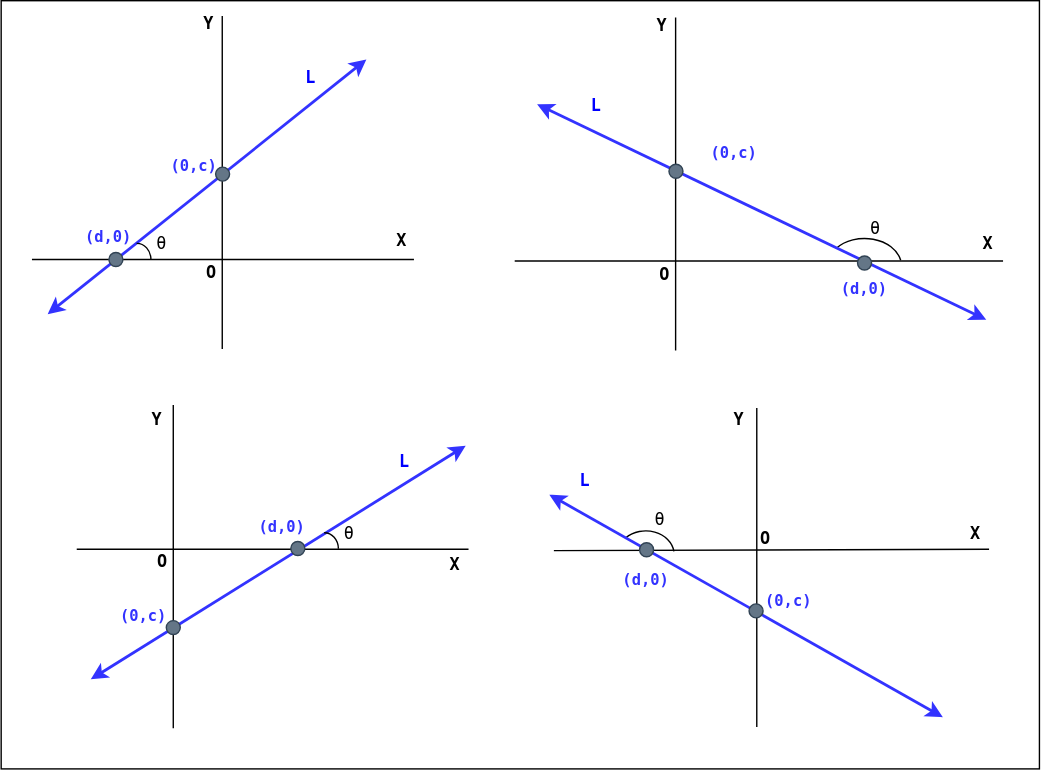
Before: public/diagrams/line-intercepts.svg, a diagram exported from draw.io (datkumar/code-journal). Source tidied: cells renumbered, new cells last; positions are measured from the earlier drawing's top-left corner, leaving out a move shared by most shapes. Source of this version:
```xml
<mxGraphModel>
  <root>
    <mxCell id="0" />
    <mxCell id="1" parent="0" />
    <mxCell id="2" style="rounded=0;whiteSpace=wrap;html=1;fillStyle=solid;fillColor=light-dark(#FFFFFF,#FFFFFF);" parent="1" vertex="1">
      <mxGeometry width="742" height="549" as="geometry" />
    </mxCell>
    <mxCell id="3" style="endArrow=none;html=1;strokeWidth=1;rounded=0;strokeColor=light-dark(#000000,#000000);fontFamily=monospace;fontColor=#000000;" parent="1" edge="1">
      <mxGeometry relative="1" as="geometry">
        <mxPoint x="158" y="249" as="sourcePoint" />
        <mxPoint x="158" y="11" as="targetPoint" />
      </mxGeometry>
    </mxCell>
    <mxCell id="4" style="endArrow=none;html=1;strokeWidth=1;rounded=0;strokeColor=light-dark(#000000,#000000);fontFamily=monospace;fontColor=#000000;" parent="1" edge="1">
      <mxGeometry relative="1" as="geometry">
        <mxPoint x="22" y="185" as="sourcePoint" />
        <mxPoint x="295" y="185" as="targetPoint" />
      </mxGeometry>
    </mxCell>
    <mxCell id="5" value="(0,c)" style="text;html=1;align=center;verticalAlign=middle;whiteSpace=wrap;rounded=0;fontFamily=monospace;fontColor=#3333FF;fontStyle=1;fontSize=11;" parent="1" vertex="1">
      <mxGeometry x="116.5" y="107.8" width="41.8" height="21.1" as="geometry" />
    </mxCell>
    <mxCell id="6" style="endArrow=classic;startArrow=classic;html=1;rounded=0;strokeColor=#3333FF;fontFamily=monospace;fontColor=#000000;strokeWidth=2;" parent="1" edge="1">
      <mxGeometry relative="1" as="geometry">
        <mxPoint x="33.2" y="224" as="sourcePoint" />
        <mxPoint x="261" y="42" as="targetPoint" />
      </mxGeometry>
    </mxCell>
    <mxCell id="7" style="ellipse;whiteSpace=wrap;html=1;fillColor=#647687;strokeColor=#314354;fontColor=#000000;fontFamily=monospace;" parent="1" vertex="1">
      <mxGeometry x="153.2" y="118.9" width="10" height="10" as="geometry" />
    </mxCell>
    <mxCell id="8" style="verticalLabelPosition=bottom;verticalAlign=top;html=1;shape=mxgraph.basic.arc;startAngle=0.9968173254495136;endAngle=0.248191498943807;fontColor=#000000;fillColor=light-dark(#000000,#000000);strokeColor=light-dark(#000000,#000000);" parent="1" vertex="1">
      <mxGeometry x="87" y="173.4" width="20" height="23" as="geometry" />
    </mxCell>
    <mxCell id="9" value="θ" style="text;html=1;align=center;verticalAlign=middle;whiteSpace=wrap;rounded=0;fontFamily=monospace;fontColor=#000000;" parent="1" vertex="1">
      <mxGeometry x="110" y="168.9" width="10" height="11" as="geometry" />
    </mxCell>
    <mxCell id="10" style="verticalLabelPosition=bottom;verticalAlign=top;html=1;shape=mxgraph.basic.arc;startAngle=0.8601884475509457;endAngle=0.2148540097206723;fontColor=#000000;fillColor=light-dark(#000000,#000000);strokeColor=light-dark(#000000,#000000);" parent="1" vertex="1">
      <mxGeometry x="590.5" y="169.9" width="53" height="39.9" as="geometry" />
    </mxCell>
    <mxCell id="11" value="θ" style="text;html=1;align=center;verticalAlign=middle;whiteSpace=wrap;rounded=0;fontFamily=monospace;fontColor=#000000;" parent="1" vertex="1">
      <mxGeometry x="619.5" y="157.9" width="10" height="11" as="geometry" />
    </mxCell>
    <mxCell id="12" style="ellipse;whiteSpace=wrap;html=1;fillColor=#647687;strokeColor=#314354;fontColor=#000000;fontFamily=monospace;" parent="1" vertex="1">
      <mxGeometry x="77" y="179.9" width="10" height="10" as="geometry" />
    </mxCell>
    <mxCell id="13" value="Y" style="text;html=1;align=center;verticalAlign=middle;whiteSpace=wrap;rounded=0;fontFamily=monospace;fontStyle=1;fontColor=#000000;" parent="1" vertex="1">
      <mxGeometry x="139.2" y="7" width="19" height="20" as="geometry" />
    </mxCell>
    <mxCell id="14" value="X" style="text;html=1;align=center;verticalAlign=middle;whiteSpace=wrap;rounded=0;fontFamily=monospace;fontStyle=1;fontColor=#000000;" parent="1" vertex="1">
      <mxGeometry x="277" y="161.9" width="19" height="20" as="geometry" />
    </mxCell>
    <mxCell id="15" value="(d,0)" style="text;html=1;align=center;verticalAlign=middle;whiteSpace=wrap;rounded=0;fontFamily=monospace;fontColor=#3333FF;fontStyle=1;fontSize=11;" parent="1" vertex="1">
      <mxGeometry x="56" y="158.8" width="41.8" height="21.1" as="geometry" />
    </mxCell>
    <mxCell id="16" style="endArrow=none;html=1;strokeWidth=1;rounded=0;strokeColor=light-dark(#000000,#000000);fontFamily=monospace;fontColor=#000000;" parent="1" edge="1">
      <mxGeometry relative="1" as="geometry">
        <mxPoint x="123" y="520" as="sourcePoint" />
        <mxPoint x="123" y="289" as="targetPoint" />
      </mxGeometry>
    </mxCell>
    <mxCell id="17" style="endArrow=none;html=1;strokeWidth=1;rounded=0;strokeColor=light-dark(#000000,#000000);fontFamily=monospace;fontColor=#000000;" parent="1" edge="1">
      <mxGeometry relative="1" as="geometry">
        <mxPoint x="54" y="392" as="sourcePoint" />
        <mxPoint x="334" y="392" as="targetPoint" />
      </mxGeometry>
    </mxCell>
    <mxCell id="18" value="(0,c)" style="text;html=1;align=center;verticalAlign=middle;whiteSpace=wrap;rounded=0;fontFamily=monospace;fontColor=#3333FF;fontStyle=1;fontSize=11;" parent="1" vertex="1">
      <mxGeometry x="81" y="429" width="41.8" height="21.1" as="geometry" />
    </mxCell>
    <mxCell id="19" style="endArrow=classic;startArrow=classic;html=1;rounded=0;strokeColor=#3333FF;fontFamily=monospace;fontColor=#000000;strokeWidth=2;" parent="1" edge="1">
      <mxGeometry relative="1" as="geometry">
        <mxPoint x="64" y="485" as="sourcePoint" />
        <mxPoint x="332" y="318" as="targetPoint" />
      </mxGeometry>
    </mxCell>
    <mxCell id="20" style="ellipse;whiteSpace=wrap;html=1;fillColor=#647687;strokeColor=#314354;fontColor=#000000;fontFamily=monospace;" parent="1" vertex="1">
      <mxGeometry x="118" y="443" width="10" height="10" as="geometry" />
    </mxCell>
    <mxCell id="21" style="verticalLabelPosition=bottom;verticalAlign=top;html=1;shape=mxgraph.basic.arc;startAngle=0.9968173254495136;endAngle=0.248191498943807;fontColor=#000000;fillColor=light-dark(#000000,#000000);strokeColor=light-dark(#000000,#000000);" parent="1" vertex="1">
      <mxGeometry x="221" y="380.2" width="20" height="23" as="geometry" />
    </mxCell>
    <mxCell id="22" value="θ" style="text;html=1;align=center;verticalAlign=middle;whiteSpace=wrap;rounded=0;fontFamily=monospace;fontColor=#000000;" parent="1" vertex="1">
      <mxGeometry x="244" y="375.8" width="10" height="11" as="geometry" />
    </mxCell>
    <mxCell id="23" style="ellipse;whiteSpace=wrap;html=1;fillColor=#647687;strokeColor=#314354;fontColor=#000000;fontFamily=monospace;" parent="1" vertex="1">
      <mxGeometry x="207" y="386.5" width="10" height="10" as="geometry" />
    </mxCell>
    <mxCell id="24" value="Y" style="text;html=1;align=center;verticalAlign=middle;whiteSpace=wrap;rounded=0;fontFamily=monospace;fontStyle=1;fontColor=#000000;" parent="1" vertex="1">
      <mxGeometry x="102" y="290" width="19" height="20" as="geometry" />
    </mxCell>
    <mxCell id="25" value="X" style="text;html=1;align=center;verticalAlign=middle;whiteSpace=wrap;rounded=0;fontFamily=monospace;fontStyle=1;fontColor=#000000;" parent="1" vertex="1">
      <mxGeometry x="315.2" y="393" width="19" height="20" as="geometry" />
    </mxCell>
    <mxCell id="26" value="(d,0)" style="text;html=1;align=center;verticalAlign=middle;whiteSpace=wrap;rounded=0;fontFamily=monospace;fontColor=#3333FF;fontStyle=1;fontSize=11;" parent="1" vertex="1">
      <mxGeometry x="180.2" y="365.7" width="41.8" height="21.1" as="geometry" />
    </mxCell>
    <mxCell id="27" style="endArrow=none;html=1;strokeWidth=1;rounded=0;strokeColor=light-dark(#000000,#000000);fontFamily=monospace;fontColor=#000000;" parent="1" edge="1">
      <mxGeometry relative="1" as="geometry">
        <mxPoint x="482" y="250" as="sourcePoint" />
        <mxPoint x="482" y="12" as="targetPoint" />
      </mxGeometry>
    </mxCell>
    <mxCell id="28" style="endArrow=none;html=1;strokeWidth=1;rounded=0;strokeColor=light-dark(#000000,#000000);fontFamily=monospace;fontColor=#000000;" parent="1" edge="1">
      <mxGeometry relative="1" as="geometry">
        <mxPoint x="367" y="186" as="sourcePoint" />
        <mxPoint x="716" y="186" as="targetPoint" />
      </mxGeometry>
    </mxCell>
    <mxCell id="29" value="(0,c)" style="text;html=1;align=center;verticalAlign=middle;whiteSpace=wrap;rounded=0;fontFamily=monospace;fontColor=#3333FF;fontStyle=1;fontSize=11;" parent="1" vertex="1">
      <mxGeometry x="503" y="98.8" width="41.8" height="21.1" as="geometry" />
    </mxCell>
    <mxCell id="30" style="endArrow=classic;startArrow=classic;html=1;rounded=0;strokeColor=#3333FF;fontFamily=monospace;fontColor=#000000;strokeWidth=2;" parent="1" edge="1">
      <mxGeometry relative="1" as="geometry">
        <mxPoint x="383" y="74" as="sourcePoint" />
        <mxPoint x="704" y="228" as="targetPoint" />
      </mxGeometry>
    </mxCell>
    <mxCell id="31" style="ellipse;whiteSpace=wrap;html=1;fillColor=#647687;strokeColor=#314354;fontColor=#000000;fontFamily=monospace;" parent="1" vertex="1">
      <mxGeometry x="477.2" y="116.9" width="10" height="10" as="geometry" />
    </mxCell>
    <mxCell id="32" style="ellipse;whiteSpace=wrap;html=1;fillColor=#647687;strokeColor=#314354;fontColor=#000000;fontFamily=monospace;" parent="1" vertex="1">
      <mxGeometry x="612" y="182.4" width="10" height="10" as="geometry" />
    </mxCell>
    <mxCell id="33" value="Y" style="text;html=1;align=center;verticalAlign=middle;whiteSpace=wrap;rounded=0;fontFamily=monospace;fontStyle=1;fontColor=#000000;" parent="1" vertex="1">
      <mxGeometry x="463.2" y="8" width="19" height="20" as="geometry" />
    </mxCell>
    <mxCell id="34" value="X" style="text;html=1;align=center;verticalAlign=middle;whiteSpace=wrap;rounded=0;fontFamily=monospace;fontStyle=1;fontColor=#000000;" parent="1" vertex="1">
      <mxGeometry x="696" y="164.4" width="19" height="20" as="geometry" />
    </mxCell>
    <mxCell id="35" value="(d,0)" style="text;html=1;align=center;verticalAlign=middle;whiteSpace=wrap;rounded=0;fontFamily=monospace;fontColor=#3333FF;fontStyle=1;fontSize=11;" parent="1" vertex="1">
      <mxGeometry x="596.1" y="195.4" width="41.8" height="21.1" as="geometry" />
    </mxCell>
    <mxCell id="36" style="verticalLabelPosition=bottom;verticalAlign=top;html=1;shape=mxgraph.basic.arc;startAngle=0.875;endAngle=0.22741638234956674;fontColor=#000000;fillColor=light-dark(#000000,#000000);strokeColor=light-dark(#000000,#000000);" parent="1" vertex="1">
      <mxGeometry x="440.4" y="378.9" width="40.6" height="34.1" as="geometry" />
    </mxCell>
    <mxCell id="37" value="θ" style="text;html=1;align=center;verticalAlign=middle;whiteSpace=wrap;rounded=0;fontFamily=monospace;fontColor=#000000;" parent="1" vertex="1">
      <mxGeometry x="466.2" y="365.7" width="10" height="11" as="geometry" />
    </mxCell>
    <mxCell id="38" style="endArrow=none;html=1;strokeWidth=1;rounded=0;strokeColor=light-dark(#000000,#000000);fontFamily=monospace;fontColor=#000000;" parent="1" edge="1">
      <mxGeometry relative="1" as="geometry">
        <mxPoint x="540" y="519" as="sourcePoint" />
        <mxPoint x="540" y="291" as="targetPoint" />
      </mxGeometry>
    </mxCell>
    <mxCell id="39" style="endArrow=none;html=1;strokeWidth=1;rounded=0;strokeColor=light-dark(#000000,#000000);fontFamily=monospace;fontColor=#000000;" parent="1" edge="1">
      <mxGeometry relative="1" as="geometry">
        <mxPoint x="395" y="393" as="sourcePoint" />
        <mxPoint x="706" y="392" as="targetPoint" />
      </mxGeometry>
    </mxCell>
    <mxCell id="40" value="(0,c)" style="text;html=1;align=center;verticalAlign=middle;whiteSpace=wrap;rounded=0;fontFamily=monospace;fontColor=#3333FF;fontStyle=1;fontSize=11;" parent="1" vertex="1">
      <mxGeometry x="542" y="418.8" width="41.8" height="21.1" as="geometry" />
    </mxCell>
    <mxCell id="41" style="endArrow=classic;startArrow=classic;html=1;rounded=0;strokeColor=#3333FF;fontFamily=monospace;fontColor=#000000;strokeWidth=2;" parent="1" edge="1">
      <mxGeometry relative="1" as="geometry">
        <mxPoint x="391.8" y="353" as="sourcePoint" />
        <mxPoint x="673" y="512" as="targetPoint" />
      </mxGeometry>
    </mxCell>
    <mxCell id="42" style="ellipse;whiteSpace=wrap;html=1;fillColor=#647687;strokeColor=#314354;fontColor=#000000;fontFamily=monospace;" parent="1" vertex="1">
      <mxGeometry x="534.5" y="431.1" width="10" height="10" as="geometry" />
    </mxCell>
    <mxCell id="43" style="ellipse;whiteSpace=wrap;html=1;fillColor=#647687;strokeColor=#314354;fontColor=#000000;fontFamily=monospace;" parent="1" vertex="1">
      <mxGeometry x="456.2" y="387.4" width="10" height="10" as="geometry" />
    </mxCell>
    <mxCell id="44" value="X" style="text;html=1;align=center;verticalAlign=middle;whiteSpace=wrap;rounded=0;fontFamily=monospace;fontStyle=1;fontColor=#000000;" parent="1" vertex="1">
      <mxGeometry x="687" y="371.3" width="19" height="20" as="geometry" />
    </mxCell>
    <mxCell id="45" value="(d,0)" style="text;html=1;align=center;verticalAlign=middle;whiteSpace=wrap;rounded=0;fontFamily=monospace;fontColor=#3333FF;fontStyle=1;fontSize=11;" parent="1" vertex="1">
      <mxGeometry x="440.4" y="403.3" width="41.8" height="21.1" as="geometry" />
    </mxCell>
    <mxCell id="46" value="Y" style="text;html=1;align=center;verticalAlign=middle;whiteSpace=wrap;rounded=0;fontFamily=monospace;fontStyle=1;fontColor=#000000;" parent="1" vertex="1">
      <mxGeometry x="518" y="290" width="19" height="20" as="geometry" />
    </mxCell>
    <mxCell id="47" value="L" style="text;html=1;align=center;verticalAlign=middle;whiteSpace=wrap;rounded=0;fontFamily=monospace;fontStyle=1;fontColor=light-dark(#0000FF,#0000FF);" parent="1" vertex="1">
      <mxGeometry x="212" y="45" width="19" height="20" as="geometry" />
    </mxCell>
    <mxCell id="48" value="L" style="text;html=1;align=center;verticalAlign=middle;whiteSpace=wrap;rounded=0;fontFamily=monospace;fontStyle=1;fontColor=light-dark(#0000FF,#0000FF);" parent="1" vertex="1">
      <mxGeometry x="416" y="65" width="19" height="20" as="geometry" />
    </mxCell>
    <mxCell id="49" value="L" style="text;html=1;align=center;verticalAlign=middle;whiteSpace=wrap;rounded=0;fontFamily=monospace;fontStyle=1;fontColor=light-dark(#0000FF,#0000FF);" parent="1" vertex="1">
      <mxGeometry x="279" y="320" width="19" height="20" as="geometry" />
    </mxCell>
    <mxCell id="50" value="L" style="text;html=1;align=center;verticalAlign=middle;whiteSpace=wrap;rounded=0;fontFamily=monospace;fontStyle=1;fontColor=light-dark(#0000FF,#0000FF);" parent="1" vertex="1">
      <mxGeometry x="408" y="333" width="19" height="20" as="geometry" />
    </mxCell>
    <mxCell id="51" value="O" style="text;html=1;align=center;verticalAlign=middle;whiteSpace=wrap;rounded=0;fontFamily=monospace;fontStyle=1;fontColor=#000000;" parent="1" vertex="1">
      <mxGeometry x="106" y="391.2" width="19" height="20" as="geometry" />
    </mxCell>
    <mxCell id="52" value="O" style="text;html=1;align=center;verticalAlign=middle;whiteSpace=wrap;rounded=0;fontFamily=monospace;fontStyle=1;fontColor=#000000;" parent="1" vertex="1">
      <mxGeometry x="141.2" y="185" width="19" height="20" as="geometry" />
    </mxCell>
    <mxCell id="53" value="O" style="text;html=1;align=center;verticalAlign=middle;whiteSpace=wrap;rounded=0;fontFamily=monospace;fontStyle=1;fontColor=#000000;" parent="1" vertex="1">
      <mxGeometry x="537" y="375" width="19" height="20" as="geometry" />
    </mxCell>
    <mxCell id="54" value="O" style="text;html=1;align=center;verticalAlign=middle;whiteSpace=wrap;rounded=0;fontFamily=monospace;fontStyle=1;fontColor=#000000;" parent="1" vertex="1">
      <mxGeometry x="465.1" y="186" width="19" height="20" as="geometry" />
    </mxCell>
  </root>
</mxGraphModel>
```
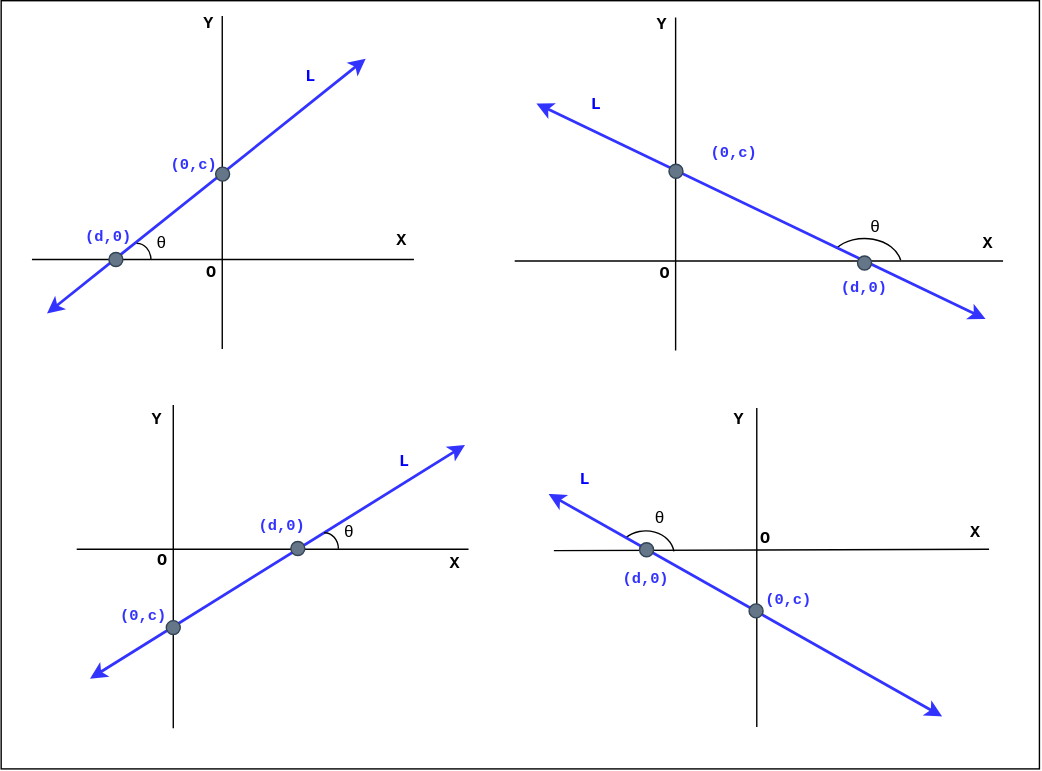
After the change.

The edit, as a diff of the source:
```diff
@@ -2,7 +2,7 @@
   <root>
     <mxCell id="0" />
     <mxCell id="1" parent="0" />
-    <mxCell id="2" style="rounded=0;whiteSpace=wrap;html=1;fillStyle=solid;fillColor=light-dark(#FFFFFF,#FFFFFF);" parent="1" vertex="1">
+    <mxCell id="2" style="rounded=0;whiteSpace=wrap;html=1;fillStyle=solid;fillColor=light-dark(#FFFFFF,#FFFFFF);fontFamily=monospace;" parent="1" vertex="1">
       <mxGeometry width="742" height="549" as="geometry" />
     </mxCell>
     <mxCell id="3" style="endArrow=none;html=1;strokeWidth=1;rounded=0;strokeColor=light-dark(#000000,#000000);fontFamily=monospace;fontColor=#000000;" parent="1" edge="1">
@@ -29,13 +29,13 @@
     <mxCell id="7" style="ellipse;whiteSpace=wrap;html=1;fillColor=#647687;strokeColor=#314354;fontColor=#000000;fontFamily=monospace;" parent="1" vertex="1">
       <mxGeometry x="153.2" y="118.9" width="10" height="10" as="geometry" />
     </mxCell>
-    <mxCell id="8" style="verticalLabelPosition=bottom;verticalAlign=top;html=1;shape=mxgraph.basic.arc;startAngle=0.9968173254495136;endAngle=0.248191498943807;fontColor=#000000;fillColor=light-dark(#000000,#000000);strokeColor=light-dark(#000000,#000000);" parent="1" vertex="1">
+    <mxCell id="8" style="verticalLabelPosition=bottom;verticalAlign=top;html=1;shape=mxgraph.basic.arc;startAngle=0.9968173254495136;endAngle=0.248191498943807;fontColor=#000000;fillColor=light-dark(#000000,#000000);strokeColor=light-dark(#000000,#000000);fontFamily=monospace;" parent="1" vertex="1">
       <mxGeometry x="87" y="173.4" width="20" height="23" as="geometry" />
     </mxCell>
     <mxCell id="9" value="θ" style="text;html=1;align=center;verticalAlign=middle;whiteSpace=wrap;rounded=0;fontFamily=monospace;fontColor=#000000;" parent="1" vertex="1">
       <mxGeometry x="110" y="168.9" width="10" height="11" as="geometry" />
     </mxCell>
-    <mxCell id="10" style="verticalLabelPosition=bottom;verticalAlign=top;html=1;shape=mxgraph.basic.arc;startAngle=0.8601884475509457;endAngle=0.2148540097206723;fontColor=#000000;fillColor=light-dark(#000000,#000000);strokeColor=light-dark(#000000,#000000);" parent="1" vertex="1">
+    <mxCell id="10" style="verticalLabelPosition=bottom;verticalAlign=top;html=1;shape=mxgraph.basic.arc;startAngle=0.8601884475509457;endAngle=0.2148540097206723;fontColor=#000000;fillColor=light-dark(#000000,#000000);strokeColor=light-dark(#000000,#000000);fontFamily=monospace;" parent="1" vertex="1">
       <mxGeometry x="590.5" y="169.9" width="53" height="39.9" as="geometry" />
     </mxCell>
     <mxCell id="11" value="θ" style="text;html=1;align=center;verticalAlign=middle;whiteSpace=wrap;rounded=0;fontFamily=monospace;fontColor=#000000;" parent="1" vertex="1">
@@ -77,7 +77,7 @@
     <mxCell id="20" style="ellipse;whiteSpace=wrap;html=1;fillColor=#647687;strokeColor=#314354;fontColor=#000000;fontFamily=monospace;" parent="1" vertex="1">
       <mxGeometry x="118" y="443" width="10" height="10" as="geometry" />
     </mxCell>
-    <mxCell id="21" style="verticalLabelPosition=bottom;verticalAlign=top;html=1;shape=mxgraph.basic.arc;startAngle=0.9968173254495136;endAngle=0.248191498943807;fontColor=#000000;fillColor=light-dark(#000000,#000000);strokeColor=light-dark(#000000,#000000);" parent="1" vertex="1">
+    <mxCell id="21" style="verticalLabelPosition=bottom;verticalAlign=top;html=1;shape=mxgraph.basic.arc;startAngle=0.9968173254495136;endAngle=0.248191498943807;fontColor=#000000;fillColor=light-dark(#000000,#000000);strokeColor=light-dark(#000000,#000000);fontFamily=monospace;" parent="1" vertex="1">
       <mxGeometry x="221" y="380.2" width="20" height="23" as="geometry" />
     </mxCell>
     <mxCell id="22" value="θ" style="text;html=1;align=center;verticalAlign=middle;whiteSpace=wrap;rounded=0;fontFamily=monospace;fontColor=#000000;" parent="1" vertex="1">
@@ -131,7 +131,7 @@
     <mxCell id="35" value="(d,0)" style="text;html=1;align=center;verticalAlign=middle;whiteSpace=wrap;rounded=0;fontFamily=monospace;fontColor=#3333FF;fontStyle=1;fontSize=11;" parent="1" vertex="1">
       <mxGeometry x="596.1" y="195.4" width="41.8" height="21.1" as="geometry" />
     </mxCell>
-    <mxCell id="36" style="verticalLabelPosition=bottom;verticalAlign=top;html=1;shape=mxgraph.basic.arc;startAngle=0.875;endAngle=0.22741638234956674;fontColor=#000000;fillColor=light-dark(#000000,#000000);strokeColor=light-dark(#000000,#000000);" parent="1" vertex="1">
+    <mxCell id="36" style="verticalLabelPosition=bottom;verticalAlign=top;html=1;shape=mxgraph.basic.arc;startAngle=0.875;endAngle=0.22741638234956674;fontColor=#000000;fillColor=light-dark(#000000,#000000);strokeColor=light-dark(#000000,#000000);fontFamily=monospace;" parent="1" vertex="1">
       <mxGeometry x="440.4" y="378.9" width="40.6" height="34.1" as="geometry" />
     </mxCell>
     <mxCell id="37" value="θ" style="text;html=1;align=center;verticalAlign=middle;whiteSpace=wrap;rounded=0;fontFamily=monospace;fontColor=#000000;" parent="1" vertex="1">
```
